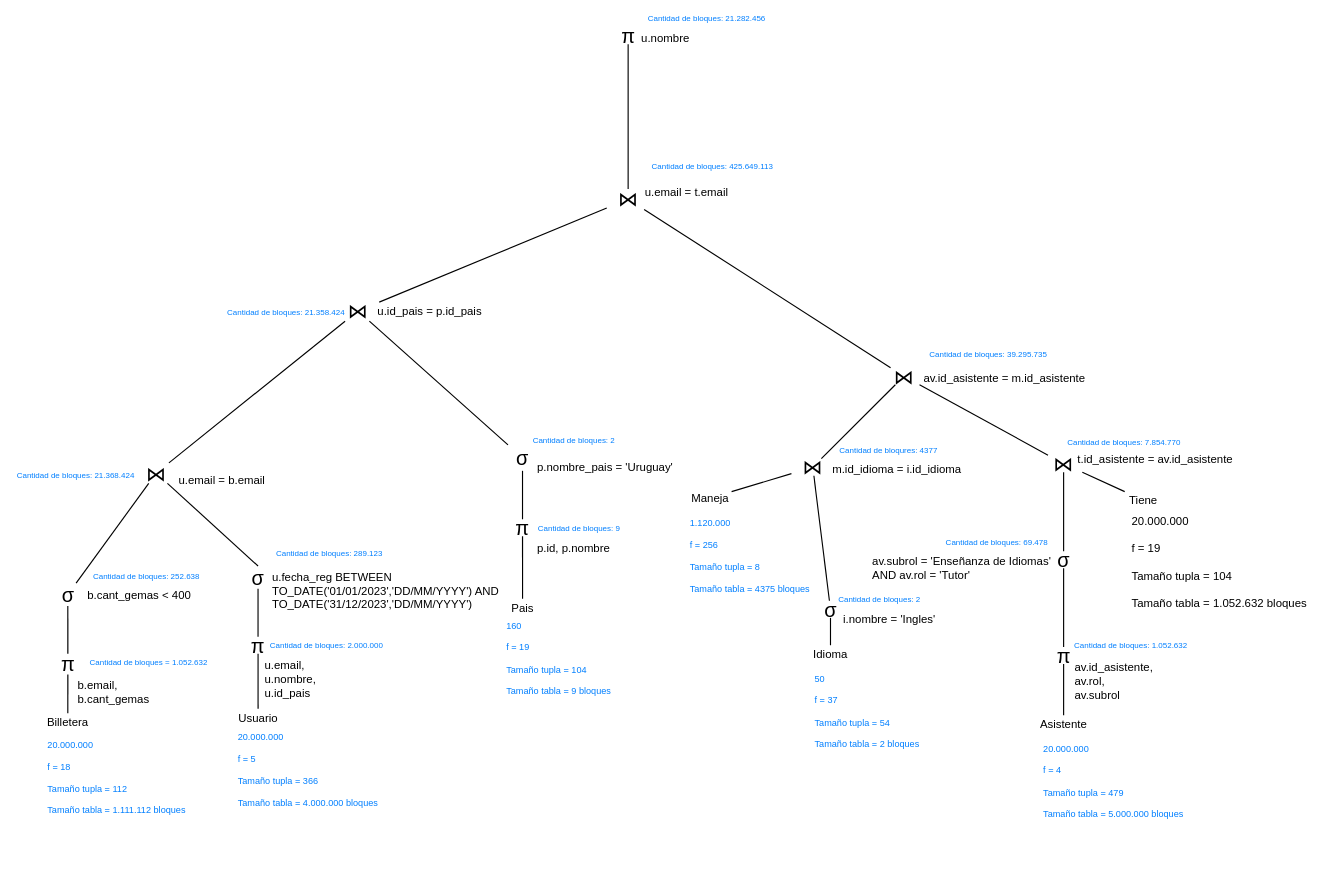
Earlier version of the draw.io diagram Ejercicio-3/Parte-5/arbolOptimizadoConCuentas.drawio (felipiacenza/BD2). Source tidied: cells renumbered, new cells numbered last; positions are measured from the earlier drawing's top-left corner, leaving out a move shared by most shapes. Both pictures are drawn from the tidied source at 57%, with x=0, y=0 at pixel (10, 10).
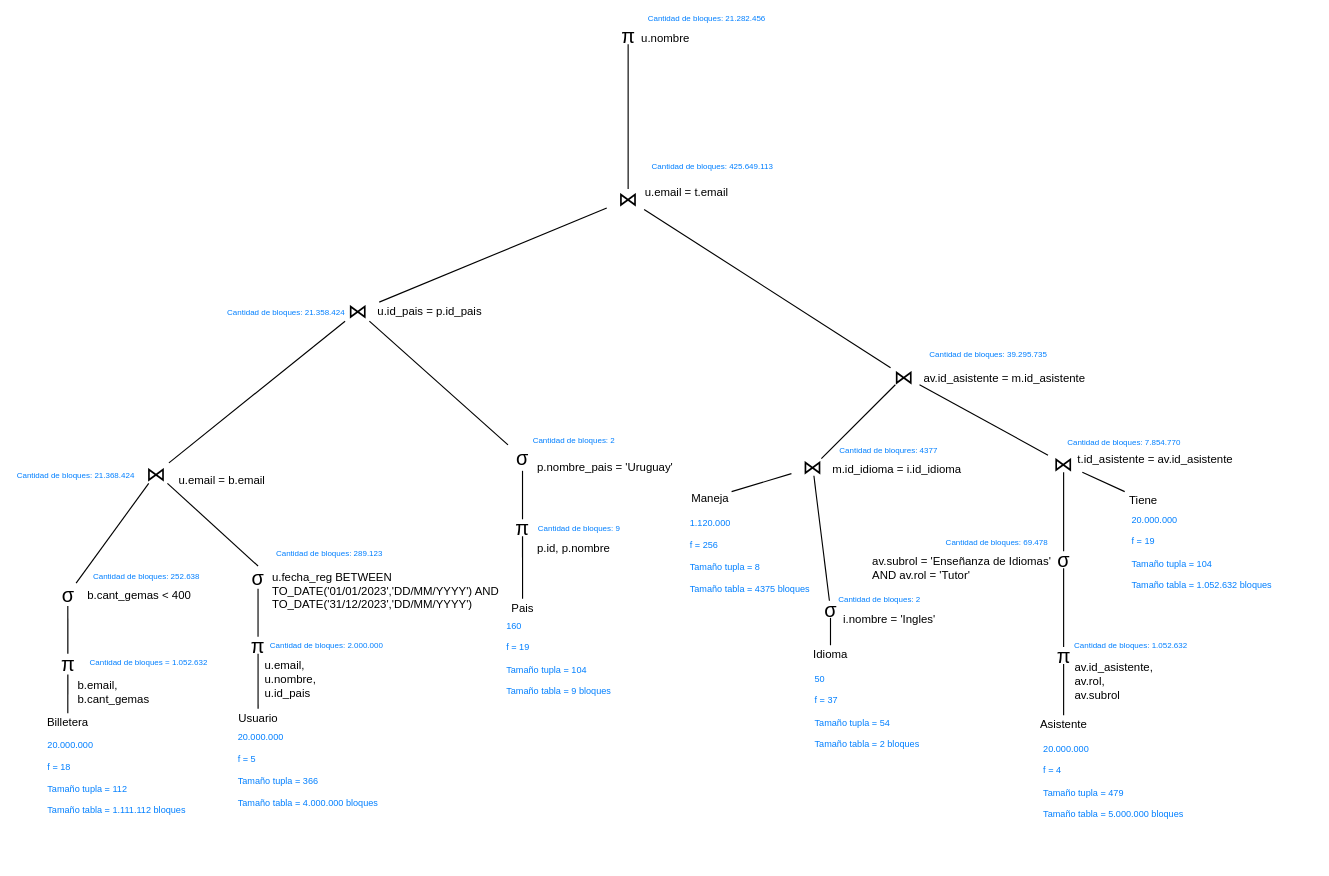
Above is the later version.

What changed in the source:
```diff
@@
-    <mxCell id="53" value="&lt;font style=&quot;font-size: 20px;&quot;&gt;20.000.000&lt;br&gt;&lt;br&gt;f = 19&lt;br&gt;&lt;br&gt;Tamaño tupla = 104&lt;br&gt;&lt;br&gt;Tamaño tabla = 1.052.632 bloques&lt;br&gt;&lt;/font&gt;" style="text;html=1;strokeColor=none;fillColor=none;align=left;verticalAlign=top;whiteSpace=wrap;rounded=0;fontFamily=Helvetica;" parent="1" vertex="1">
+    <mxCell id="53" value="&lt;font style=&quot;font-size: 16px;&quot;&gt;20.000.000&lt;br style=&quot;font-size: 16px;&quot;&gt;&lt;br style=&quot;font-size: 16px;&quot;&gt;f = 19&lt;br style=&quot;font-size: 16px;&quot;&gt;&lt;br style=&quot;font-size: 16px;&quot;&gt;Tamaño tupla = 104&lt;br style=&quot;font-size: 16px;&quot;&gt;&lt;br style=&quot;font-size: 16px;&quot;&gt;Tamaño tabla = 1.052.632 bloques&lt;br style=&quot;font-size: 16px;&quot;&gt;&lt;/font&gt;" style="text;html=1;strokeColor=none;fillColor=none;align=left;verticalAlign=top;whiteSpace=wrap;rounded=0;fontFamily=Helvetica;fontSize=16;fontColor=#007FFF;" parent="1" vertex="1">
       <mxGeometry x="1966" y="877.5" width="331.2" height="222" as="geometry" />
     </mxCell>
```
